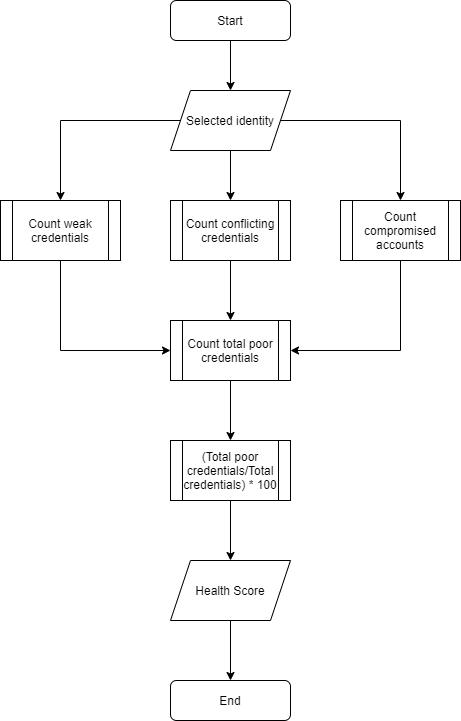
000xE/vIDsafe keeps this draw.io diagram as Designs/Diagrams/vIDsafe backend diagrams-Calculate health score.png. Above is the earlier version. Source tidied: cells renumbered, new cells last; positions are measured from the earlier drawing's top-left corner, leaving out a move shared by most shapes.
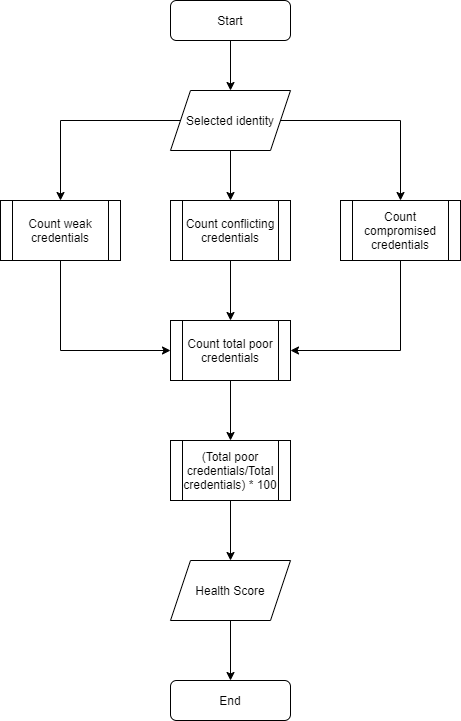
After the change.

What changed in the source:
```diff
@@ -38,7 +38,7 @@
     <mxCell id="13" style="edgeStyle=orthogonalEdgeStyle;rounded=0;jettySize=auto;html=1;exitX=0.5;exitY=1;exitDx=0;exitDy=0;entryX=1;entryY=0.5;entryDx=0;entryDy=0;" parent="1" edge="1" source="14" target="16">
       <mxGeometry relative="1" as="geometry" />
     </mxCell>
-    <mxCell id="14" value="Count compromised accounts" style="shape=process;whiteSpace=wrap;html=1;backgroundOutline=1;" parent="1" vertex="1">
+    <mxCell id="14" value="Count compromised credentials" style="shape=process;whiteSpace=wrap;html=1;backgroundOutline=1;" parent="1" vertex="1">
       <mxGeometry x="340" y="200" width="120" height="60" as="geometry" />
     </mxCell>
     <mxCell id="15" style="edgeStyle=orthogonalEdgeStyle;rounded=0;jettySize=auto;html=1;exitX=0.5;exitY=1;exitDx=0;exitDy=0;entryX=0.5;entryY=0;entryDx=0;entryDy=0;" parent="1" edge="1" source="16" target="18">
```
